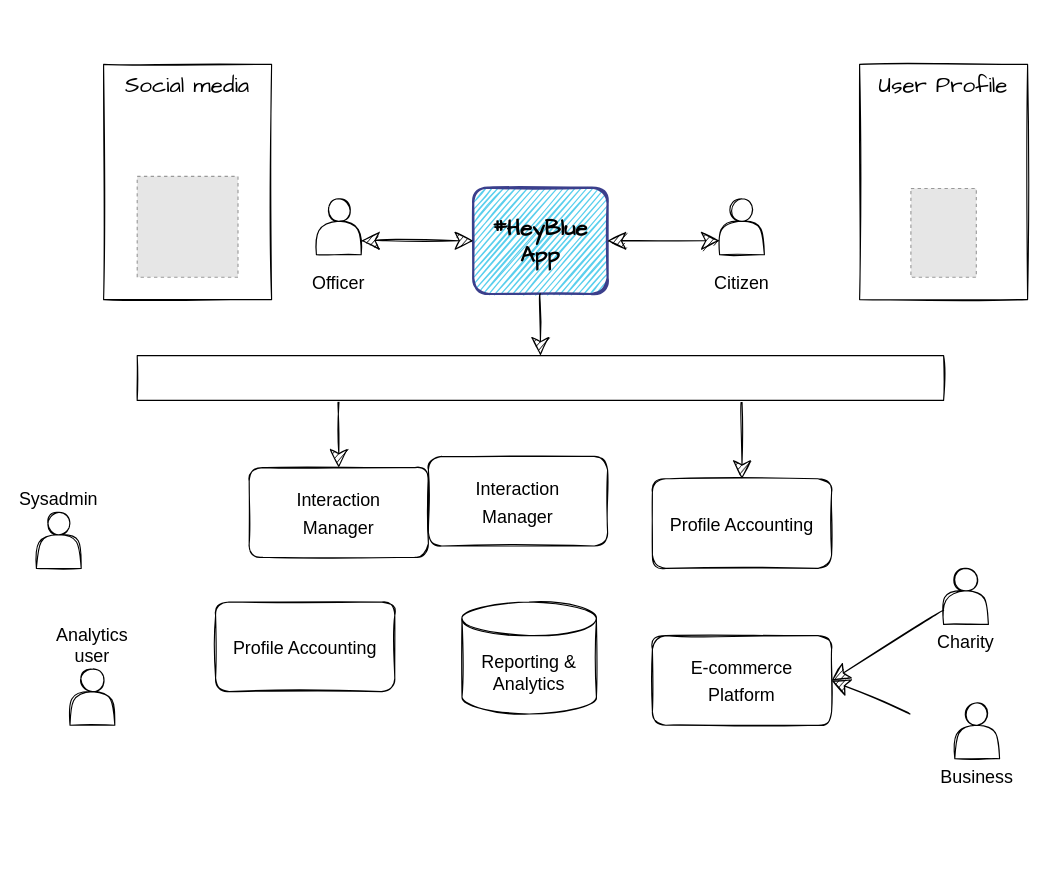
ITDependsQ42022/Hey-Blue keeps this draw.io diagram as Vision and Context/context and vision.drawio. Above is the earlier version. Source tidied: cells renumbered, new cells numbered last; positions are measured from the earlier drawing's top-left corner, leaving out a move shared by most shapes. Both pictures are drawn from the tidied source at 112%, with x=0, y=0 at pixel (36, 64). Pictures stored in the file or linked from it are replaced by grey dashed boxes.
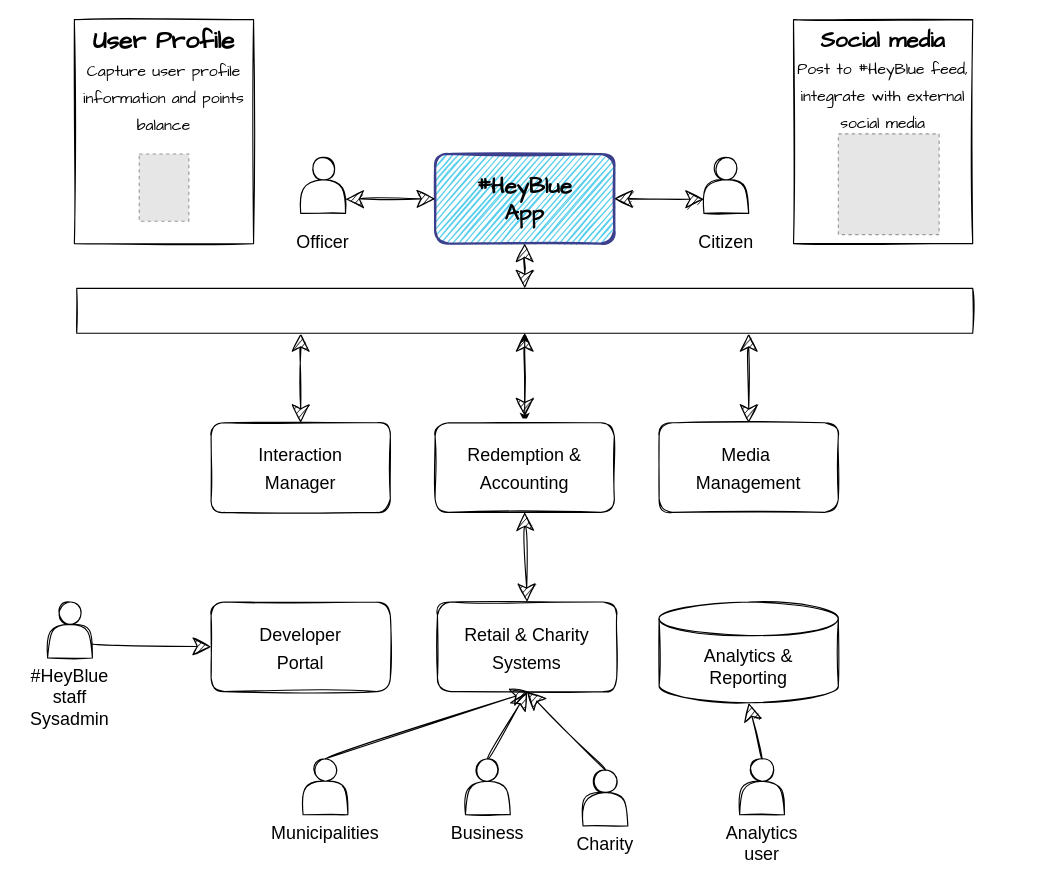
The same diagram, later.

The edit, as a diff of the source:
```diff
@@
     <mxCell id="2" value="Charity" style="shape=actor;whiteSpace=wrap;html=1;fontSize=16;sketch=1;labelPosition=center;verticalLabelPosition=bottom;align=center;verticalAlign=top;" parent="1" vertex="1">
-      <mxGeometry x="810" y="450" width="40" height="50" as="geometry" />
+      <mxGeometry x="488.1" y="630" width="40" height="50" as="geometry" />
     </mxCell>
     <mxCell id="3" value="Business" style="shape=actor;whiteSpace=wrap;html=1;fontSize=16;sketch=1;labelPosition=center;verticalLabelPosition=bottom;align=center;verticalAlign=top;" parent="1" vertex="1">
-      <mxGeometry x="820" y="570" width="40" height="50" as="geometry" />
+      <mxGeometry x="383.1" y="620" width="40" height="50" as="geometry" />
     </mxCell>
     <mxCell id="4" value="#HeyBlue&lt;br&gt;App" style="rounded=1;whiteSpace=wrap;html=1;sketch=1;hachureGap=4;fontFamily=Architects Daughter;fontSize=20;fillStyle=hachure;fillColor=#5ACFED;strokeWidth=2;strokeColor=#3B3F8C;fontStyle=1;verticalAlign=middle;" parent="1" vertex="1">
-      <mxGeometry x="390" y="110" width="120" height="95" as="geometry" />
+      <mxGeometry x="356" y="80" width="160" height="80" as="geometry" />
     </mxCell>
     <mxCell id="5" value="&lt;font face=&quot;Helvetica&quot;&gt;&lt;span style=&quot;font-size: 16px;&quot;&gt;Interaction&lt;br&gt;Manager&lt;br&gt;&lt;/span&gt;&lt;/font&gt;" style="rounded=1;whiteSpace=wrap;html=1;sketch=1;hachureGap=4;fontFamily=Architects Daughter;fontSize=20;" parent="1" vertex="1">
-      <mxGeometry x="190" y="360" width="160" height="80" as="geometry" />
+      <mxGeometry x="156" y="320" width="160" height="80" as="geometry" />
     </mxCell>
-    <mxCell id="6" value="&lt;span style=&quot;font-family: Helvetica; font-size: 16px;&quot;&gt;E-commerce&lt;/span&gt;&lt;br style=&quot;font-family: Helvetica; font-size: 16px;&quot;&gt;&lt;span style=&quot;font-family: Helvetica; font-size: 16px;&quot;&gt;Platform&lt;/span&gt;" style="rounded=1;whiteSpace=wrap;html=1;sketch=1;hachureGap=4;fontFamily=Architects Daughter;fontSize=20;shadow=0;fillStyle=auto;" parent="1" vertex="1">
-      <mxGeometry x="550" y="510" width="160" height="80" as="geometry" />
+    <mxCell id="6" value="&lt;font face=&quot;Helvetica&quot;&gt;&lt;span style=&quot;font-size: 16px;&quot;&gt;Retail &amp;amp; Charity&lt;br&gt;Systems&lt;/span&gt;&lt;/font&gt;" style="rounded=1;whiteSpace=wrap;html=1;sketch=1;hachureGap=4;fontFamily=Architects Daughter;fontSize=20;shadow=0;fillStyle=auto;" parent="1" vertex="1">
+      <mxGeometry x="358.1" y="480" width="160" height="80" as="geometry" />
     </mxCell>
-    <mxCell id="7" style="endArrow=classic;html=1;rounded=0;sketch=1;hachureGap=4;fontFamily=Architects Daughter;fontSize=16;startSize=14;endSize=14;sourcePerimeterSpacing=8;targetPerimeterSpacing=8;curved=1;exitX=0.25;exitY=1;exitDx=0;exitDy=0;entryX=0.5;entryY=0;entryDx=0;entryDy=0;" parent="1" edge="1" source="17" target="5">
+    <mxCell id="7" style="endArrow=classic;html=1;rounded=0;sketch=1;hachureGap=4;fontFamily=Architects Daughter;fontSize=16;startSize=14;endSize=14;sourcePerimeterSpacing=8;targetPerimeterSpacing=8;curved=1;entryX=0.5;entryY=0;entryDx=0;entryDy=0;exitX=0.25;exitY=1;exitDx=0;exitDy=0;startArrow=classic;startFill=1;" parent="1" edge="1" source="17" target="5">
       <mxGeometry relative="1" as="geometry" />
     </mxCell>
-    <mxCell id="8" style="endArrow=classic;html=1;rounded=0;sketch=1;hachureGap=4;fontFamily=Architects Daughter;fontSize=16;startSize=14;endSize=14;targetPerimeterSpacing=8;curved=1;exitX=0.75;exitY=1;exitDx=0;exitDy=0;startArrow=none;entryX=0.5;entryY=0;entryDx=0;entryDy=0;" parent="1" edge="1" source="17" target="23">
+    <mxCell id="8" style="endArrow=classic;html=1;rounded=0;sketch=1;hachureGap=4;fontFamily=Architects Daughter;fontSize=16;startSize=14;endSize=14;targetPerimeterSpacing=8;curved=1;startArrow=classic;entryX=0.5;entryY=0;entryDx=0;entryDy=0;exitX=0.75;exitY=1;exitDx=0;exitDy=0;startFill=1;" parent="1" edge="1" source="17" target="23">
       <mxGeometry relative="1" as="geometry" />
     </mxCell>
     <mxCell id="9" value="Officer" style="shape=actor;whiteSpace=wrap;html=1;fontSize=16;sketch=1;labelPosition=center;verticalLabelPosition=bottom;align=center;verticalAlign=middle;" parent="1" vertex="1">
-      <mxGeometry x="250" y="120" width="40" height="50" as="geometry" />
+      <mxGeometry x="236" y="83" width="40" height="50" as="geometry" />
     </mxCell>
     <mxCell id="10" value="Citizen" style="shape=actor;whiteSpace=wrap;html=1;fontSize=16;sketch=1;labelPosition=center;verticalLabelPosition=bottom;align=center;verticalAlign=middle;" parent="1" vertex="1">
-      <mxGeometry x="610" y="120" width="40" height="50" as="geometry" />
+      <mxGeometry x="596" y="83" width="40" height="50" as="geometry" />
     </mxCell>
-    <mxCell id="11" value="Sysadmin" style="shape=actor;whiteSpace=wrap;html=1;fontSize=16;sketch=1;labelPosition=center;verticalLabelPosition=top;align=center;verticalAlign=bottom;" parent="1" vertex="1">
-      <mxGeometry y="400" width="40" height="50" as="geometry" />
+    <mxCell id="11" value="#HeyBlue staff&lt;br&gt;Sysadmin" style="shape=actor;whiteSpace=wrap;html=1;fontSize=16;sketch=1;labelPosition=center;verticalLabelPosition=bottom;align=center;verticalAlign=top;" parent="1" vertex="1">
+      <mxGeometry x="10" y="480" width="40" height="50" as="geometry" />
     </mxCell>
-    <mxCell id="12" value="Analytics user" style="shape=actor;whiteSpace=wrap;html=1;fontSize=16;sketch=1;labelPosition=center;verticalLabelPosition=top;align=center;verticalAlign=bottom;" parent="1" vertex="1">
-      <mxGeometry x="30" y="540" width="40" height="50" as="geometry" />
+    <mxCell id="12" value="Analytics user" style="shape=actor;whiteSpace=wrap;html=1;fontSize=16;sketch=1;labelPosition=center;verticalLabelPosition=bottom;align=center;verticalAlign=top;" parent="1" vertex="1">
+      <mxGeometry x="627.9" y="620" width="40" height="50" as="geometry" />
     </mxCell>
@@
-    <mxCell id="14" style="endArrow=classic;startArrow=classic;html=1;rounded=0;sketch=1;hachureGap=4;fontFamily=Architects Daughter;fontSize=16;startSize=14;endSize=14;sourcePerimeterSpacing=8;targetPerimeterSpacing=8;curved=1;exitX=1;exitY=0.5;exitDx=0;exitDy=0;entryX=0;entryY=0.75;entryDx=0;entryDy=0;" parent="1" edge="1" source="4" target="10">
-      <mxGeometry relative="1" as="geometry" />
+    <mxCell id="14" style="endArrow=classic;startArrow=classic;html=1;rounded=0;sketch=1;hachureGap=4;fontFamily=Architects Daughter;fontSize=16;startSize=14;endSize=14;sourcePerimeterSpacing=8;targetPerimeterSpacing=8;curved=1;entryX=0;entryY=0.75;entryDx=0;entryDy=0;" parent="1" edge="1" target="10">
+      <mxGeometry relative="1" as="geometry">
+        <mxPoint x="516" y="120" as="sourcePoint" />
+      </mxGeometry>
     </mxCell>
-    <mxCell id="15" style="endArrow=classic;html=1;rounded=0;sketch=1;hachureGap=4;fontFamily=Architects Daughter;fontSize=16;startSize=14;endSize=14;sourcePerimeterSpacing=8;targetPerimeterSpacing=8;curved=1;exitX=0;exitY=0.75;exitDx=0;exitDy=0;entryX=1;entryY=0.5;entryDx=0;entryDy=0;" parent="1" edge="1" source="2" target="6">
+    <mxCell id="15" style="endArrow=classic;html=1;rounded=0;sketch=1;hachureGap=4;fontFamily=Architects Daughter;fontSize=16;startSize=14;endSize=14;sourcePerimeterSpacing=8;targetPerimeterSpacing=8;curved=1;exitX=0.5;exitY=0;exitDx=0;exitDy=0;entryX=0.5;entryY=1;entryDx=0;entryDy=0;" parent="1" edge="1" source="2" target="6">
       <mxGeometry relative="1" as="geometry" />
     </mxCell>
-    <mxCell id="16" style="endArrow=classic;html=1;rounded=0;sketch=1;hachureGap=4;fontFamily=Architects Daughter;fontSize=16;startSize=14;endSize=14;sourcePerimeterSpacing=8;targetPerimeterSpacing=8;curved=1;entryX=1;entryY=0.5;entryDx=0;entryDy=0;" parent="1" edge="1" target="6">
-      <mxGeometry relative="1" as="geometry">
-        <mxPoint x="780" y="580" as="sourcePoint" />
-      </mxGeometry>
-    </mxCell>
+    <mxCell id="27" style="edgeStyle=orthogonalEdgeStyle;rounded=0;jettySize=auto;html=1;fontSize=22;startArrow=classic;startFill=1;" parent="1" edge="1" source="17" target="26">
+      <mxGeometry relative="1" as="geometry" />
+    </mxCell>
     <mxCell id="17" style="rounded=0;whiteSpace=wrap;html=1;shadow=0;sketch=1;" parent="1" vertex="1">
-      <mxGeometry x="90" y="260" width="720" height="40" as="geometry" />
+      <mxGeometry x="36" y="200" width="800" height="40" as="geometry" />
     </mxCell>
-    <mxCell id="18" style="endArrow=classic;html=1;rounded=0;sketch=1;hachureGap=4;fontFamily=Architects Daughter;fontSize=16;startSize=14;endSize=14;targetPerimeterSpacing=8;curved=1;exitX=0.5;exitY=1;exitDx=0;exitDy=0;entryX=0.5;entryY=0;entryDx=0;entryDy=0;startArrow=none;" parent="1" edge="1" source="4" target="17">
+    <mxCell id="18" style="endArrow=classic;html=1;rounded=0;sketch=1;hachureGap=4;fontFamily=Architects Daughter;fontSize=16;startSize=14;endSize=14;targetPerimeterSpacing=8;curved=1;exitX=0.5;exitY=1;exitDx=0;exitDy=0;entryX=0.5;entryY=0;entryDx=0;entryDy=0;startArrow=classic;startFill=1;" parent="1" edge="1" source="4" target="17">
       <mxGeometry relative="1" as="geometry" />
     </mxCell>
-    <mxCell id="19" value="&lt;font style=&quot;font-size: 20px;&quot;&gt;Social media&lt;/font&gt;" style="rounded=0;whiteSpace=wrap;html=1;shadow=0;sketch=1;align=center;verticalAlign=top;fontFamily=Architects Daughter;fontSize=20;" parent="1" vertex="1">
-      <mxGeometry x="60" width="150" height="210" as="geometry" />
+    <mxCell id="19" value="&lt;font style=&quot;&quot;&gt;&lt;b style=&quot;&quot;&gt;&lt;font style=&quot;font-size: 20px;&quot;&gt;Social media&lt;/font&gt;&lt;/b&gt;&lt;br&gt;&lt;span style=&quot;font-size: 14px;&quot;&gt;Post to #HeyBlue feed, integrate with external social media&lt;/span&gt;&lt;br&gt;&lt;/font&gt;" style="rounded=0;whiteSpace=wrap;html=1;shadow=0;sketch=1;align=center;verticalAlign=top;fontFamily=Architects Daughter;fontSize=20;" parent="1" vertex="1">
+      <mxGeometry x="676" y="-40" width="160" height="200" as="geometry" />
     </mxCell>
-    <mxCell id="20" value="&lt;font style=&quot;font-size: 20px;&quot;&gt;User Profile&lt;br&gt;&lt;br&gt;&lt;br&gt;&lt;/font&gt;" style="rounded=0;whiteSpace=wrap;html=1;shadow=0;sketch=1;align=center;verticalAlign=top;fontFamily=Architects Daughter;fontSize=20;" parent="1" vertex="1">
-      <mxGeometry x="735" width="150" height="210" as="geometry" />
+    <mxCell id="20" value="&lt;font style=&quot;&quot;&gt;&lt;b style=&quot;&quot;&gt;&lt;font style=&quot;font-size: 22px;&quot;&gt;User Profile&lt;/font&gt;&lt;br&gt;&lt;/b&gt;&lt;span style=&quot;font-size: 14px;&quot;&gt;Capture user profile information and points balance&lt;/span&gt;&lt;br&gt;&lt;br&gt;&lt;br&gt;&lt;/font&gt;" style="rounded=0;whiteSpace=wrap;html=1;shadow=0;sketch=1;align=center;verticalAlign=top;fontFamily=Architects Daughter;fontSize=20;" parent="1" vertex="1">
+      <mxGeometry x="33.9" y="-40" width="160" height="200" as="geometry" />
     </mxCell>
     <mxCell id="21" style="fillColor=#E6E6E6;strokeColor=#999999;dashed=1;verticalLabelPosition=bottom;labelBackgroundColor=default;verticalAlign=top;" parent="1" vertex="1">
-      <mxGeometry x="780.8" y="110.8" width="58.4" height="79.2" as="geometry" />
+      <mxGeometry x="91.8" y="80" width="44.3" height="60" as="geometry" />
     </mxCell>
     <mxCell id="22" style="fillColor=#E6E6E6;strokeColor=#999999;dashed=1;verticalLabelPosition=bottom;labelBackgroundColor=default;verticalAlign=top;" parent="1" vertex="1">
-      <mxGeometry x="90" y="100" width="90" height="90" as="geometry" />
+      <mxGeometry x="716" y="62" width="90" height="90" as="geometry" />
     </mxCell>
-    <mxCell id="23" value="&lt;font face=&quot;Helvetica&quot;&gt;&lt;span style=&quot;font-size: 16px;&quot;&gt;Profile Accounting&lt;/span&gt;&lt;/font&gt;" style="rounded=1;whiteSpace=wrap;html=1;sketch=1;hachureGap=4;fontFamily=Architects Daughter;fontSize=20;shadow=0;fillStyle=auto;" parent="1" vertex="1">
-      <mxGeometry x="550" y="370" width="160" height="80" as="geometry" />
+    <mxCell id="23" value="&lt;font face=&quot;Helvetica&quot;&gt;&lt;span style=&quot;font-size: 16px;&quot;&gt;Media&amp;nbsp;&lt;br&gt;Management&lt;br&gt;&lt;/span&gt;&lt;/font&gt;" style="rounded=1;whiteSpace=wrap;html=1;sketch=1;hachureGap=4;fontFamily=Architects Daughter;fontSize=20;shadow=0;fillStyle=auto;" parent="1" vertex="1">
+      <mxGeometry x="556" y="320" width="160" height="80" as="geometry" />
     </mxCell>
-    <mxCell id="24" value="Reporting &amp;amp; Analytics" style="shape=cylinder3;whiteSpace=wrap;html=1;boundedLbl=1;backgroundOutline=1;size=15;shadow=0;sketch=1;fontFamily=Helvetica;fontSize=16;" parent="1" vertex="1">
-      <mxGeometry x="380" y="480" width="120" height="100" as="geometry" />
+    <mxCell id="24" value="Analytics &amp;amp;&lt;br&gt;Reporting" style="shape=cylinder3;whiteSpace=wrap;html=1;boundedLbl=1;backgroundOutline=1;size=15;shadow=0;sketch=1;fontFamily=Helvetica;fontSize=16;" parent="1" vertex="1">
+      <mxGeometry x="556" y="480" width="160" height="90" as="geometry" />
     </mxCell>
-    <mxCell id="25" value="&lt;font face=&quot;Helvetica&quot;&gt;&lt;span style=&quot;font-size: 16px;&quot;&gt;Profile Accounting&lt;/span&gt;&lt;/font&gt;" style="rounded=1;whiteSpace=wrap;html=1;sketch=1;hachureGap=4;fontFamily=Architects Daughter;fontSize=20;shadow=0;fillStyle=auto;" parent="1" vertex="1">
-      <mxGeometry x="160" y="480" width="160" height="80" as="geometry" />
-    </mxCell>
-    <mxCell id="26" value="&lt;font face=&quot;Helvetica&quot;&gt;&lt;span style=&quot;font-size: 16px;&quot;&gt;Interaction&lt;br&gt;Manager&lt;br&gt;&lt;/span&gt;&lt;/font&gt;" style="rounded=1;whiteSpace=wrap;html=1;sketch=1;hachureGap=4;fontFamily=Architects Daughter;fontSize=20;" parent="1" vertex="1">
-      <mxGeometry x="350" y="350" width="160" height="80" as="geometry" />
+    <mxCell id="26" value="&lt;font face=&quot;Helvetica&quot;&gt;&lt;span style=&quot;font-size: 16px;&quot;&gt;Redemption &amp;amp;&lt;br&gt;Accounting&lt;br&gt;&lt;/span&gt;&lt;/font&gt;" style="rounded=1;whiteSpace=wrap;html=1;sketch=1;hachureGap=4;fontFamily=Architects Daughter;fontSize=20;" parent="1" vertex="1">
+      <mxGeometry x="356" y="320" width="160" height="80" as="geometry" />
     </mxCell>
+    <mxCell id="28" style="endArrow=classic;html=1;rounded=0;sketch=1;hachureGap=4;fontFamily=Architects Daughter;fontSize=16;startSize=14;endSize=14;sourcePerimeterSpacing=8;targetPerimeterSpacing=8;curved=1;entryX=0.5;entryY=-0.071;entryDx=0;entryDy=0;entryPerimeter=0;startArrow=classic;startFill=1;" parent="1" edge="1" target="26">
+      <mxGeometry relative="1" as="geometry">
+        <mxPoint x="436" y="240" as="sourcePoint" />
+      </mxGeometry>
+    </mxCell>
+    <mxCell id="29" style="endArrow=classic;html=1;rounded=0;sketch=1;hachureGap=4;fontFamily=Architects Daughter;fontSize=16;startSize=14;endSize=14;sourcePerimeterSpacing=8;targetPerimeterSpacing=8;curved=1;exitX=0.5;exitY=0;exitDx=0;exitDy=0;" parent="1" edge="1" source="3">
+      <mxGeometry relative="1" as="geometry">
+        <mxPoint x="438.1" y="560" as="targetPoint" />
+      </mxGeometry>
+    </mxCell>
+    <mxCell id="30" value="Municipalities&lt;br&gt;" style="shape=actor;whiteSpace=wrap;html=1;fontSize=16;sketch=1;labelPosition=center;verticalLabelPosition=bottom;align=center;verticalAlign=top;horizontal=1;" parent="1" vertex="1">
+      <mxGeometry x="238.1" y="620" width="40" height="50" as="geometry" />
+    </mxCell>
+    <mxCell id="31" style="endArrow=classic;html=1;rounded=0;sketch=1;hachureGap=4;fontFamily=Architects Daughter;fontSize=16;startSize=14;endSize=14;sourcePerimeterSpacing=8;targetPerimeterSpacing=8;curved=1;entryX=0.5;entryY=0;entryDx=0;entryDy=0;startArrow=classic;startFill=1;exitX=0.5;exitY=1;exitDx=0;exitDy=0;" parent="1" edge="1" source="26" target="6">
+      <mxGeometry relative="1" as="geometry" />
+    </mxCell>
+    <mxCell id="32" style="endArrow=classic;html=1;rounded=0;sketch=1;hachureGap=4;fontFamily=Architects Daughter;fontSize=16;startSize=14;endSize=14;sourcePerimeterSpacing=8;targetPerimeterSpacing=8;curved=1;exitX=0.5;exitY=0;exitDx=0;exitDy=0;entryX=0.5;entryY=1;entryDx=0;entryDy=0;entryPerimeter=0;" parent="1" edge="1" source="12" target="24">
+      <mxGeometry relative="1" as="geometry" />
+    </mxCell>
+    <mxCell id="33" value="&lt;font face=&quot;Helvetica&quot;&gt;&lt;span style=&quot;font-size: 16px;&quot;&gt;Developer&lt;br&gt;Portal&lt;br&gt;&lt;/span&gt;&lt;/font&gt;" style="rounded=1;whiteSpace=wrap;html=1;sketch=1;hachureGap=4;fontFamily=Architects Daughter;fontSize=20;" parent="1" vertex="1">
+      <mxGeometry x="156" y="480" width="160" height="80" as="geometry" />
+    </mxCell>
+    <mxCell id="34" style="endArrow=classic;html=1;rounded=0;sketch=1;hachureGap=4;fontFamily=Architects Daughter;fontSize=16;startSize=14;endSize=14;sourcePerimeterSpacing=8;targetPerimeterSpacing=8;curved=1;exitX=1;exitY=0.75;exitDx=0;exitDy=0;entryX=0;entryY=0.5;entryDx=0;entryDy=0;" parent="1" edge="1" source="11" target="33">
+      <mxGeometry relative="1" as="geometry" />
+    </mxCell>
+    <mxCell id="35" style="endArrow=classic;html=1;rounded=0;sketch=1;hachureGap=4;fontFamily=Architects Daughter;fontSize=16;startSize=14;endSize=14;sourcePerimeterSpacing=8;targetPerimeterSpacing=8;curved=1;exitX=0.5;exitY=0;exitDx=0;exitDy=0;" parent="1" edge="1" source="30">
+      <mxGeometry relative="1" as="geometry">
+        <mxPoint x="440" y="560" as="targetPoint" />
+      </mxGeometry>
+    </mxCell>
```
